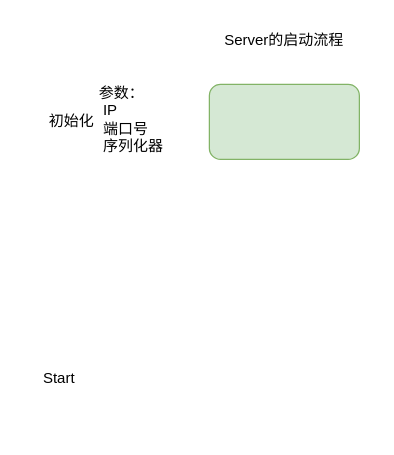
Before: page "Server的启动流程" (7 of 7) of RPC.drawio in HonyoLAN/telmy, a draw.io diagram. Source tidied: cells renumbered, new cells numbered last; positions are measured from the earlier drawing's top-left corner, leaving out a move shared by most shapes. Both pictures are drawn from the tidied source at 125%, with x=0, y=0 at pixel (21, 21).
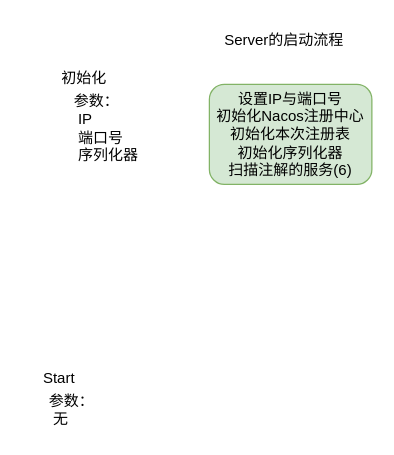
After the change.

Diff of the diagram source:
```diff
@@
 <mxGraphModel>
   <root>
     <mxCell id="0" />
     <mxCell id="1" parent="0" />
-    <mxCell id="2" style="rounded=1;whiteSpace=wrap;html=1;fillColor=#d5e8d4;strokeColor=#82b366;" parent="1" vertex="1">
-      <mxGeometry x="150" y="50" width="120" height="60" as="geometry" />
+    <mxCell id="2" value="设置IP与端口号&lt;br&gt;初始化Nacos注册中心&lt;br&gt;初始化本次注册表&lt;br&gt;初始化序列化器&lt;br&gt;扫描注解的服务(6)" style="rounded=1;whiteSpace=wrap;html=1;fillColor=#d5e8d4;strokeColor=#82b366;" parent="1" vertex="1">
+      <mxGeometry x="150" y="50" width="130" height="80" as="geometry" />
     </mxCell>
     <mxCell id="3" value="Server的启动流程" style="text;html=1;strokeColor=none;fillColor=none;align=center;verticalAlign=middle;whiteSpace=wrap;rounded=0;" parent="1" vertex="1">
       <mxGeometry x="150" width="120" height="30" as="geometry" />
     </mxCell>
     <mxCell id="4" value="初始化" style="text;html=1;strokeColor=none;fillColor=none;align=center;verticalAlign=middle;whiteSpace=wrap;rounded=0;" parent="1" vertex="1">
-      <mxGeometry x="10" y="65" width="60" height="30" as="geometry" />
+      <mxGeometry x="20" y="30" width="60" height="30" as="geometry" />
     </mxCell>
     <mxCell id="5" value="Start" style="text;html=1;strokeColor=none;fillColor=none;align=center;verticalAlign=middle;whiteSpace=wrap;rounded=0;" parent="1" vertex="1">
       <mxGeometry y="270" width="60" height="30" as="geometry" />
     </mxCell>
     <mxCell id="6" value="参数：&lt;br&gt;&lt;span style=&quot;white-space: pre;&quot;&gt; &lt;/span&gt;IP&lt;br&gt;&lt;span style=&quot;white-space: pre;&quot;&gt; &lt;/span&gt;端口号&lt;br&gt;&lt;span style=&quot;white-space: pre;&quot;&gt; &lt;/span&gt;序列化器" style="text;html=1;strokeColor=none;fillColor=none;align=left;verticalAlign=top;whiteSpace=wrap;rounded=0;" parent="1" vertex="1">
-      <mxGeometry x="60" y="42.5" width="80" height="75" as="geometry" />
+      <mxGeometry x="40" y="50" width="80" height="75" as="geometry" />
     </mxCell>
+    <mxCell id="7" value="参数：&lt;br&gt;&lt;span style=&quot;white-space: pre;&quot;&gt; &lt;/span&gt;无" style="text;html=1;strokeColor=none;fillColor=none;align=left;verticalAlign=top;whiteSpace=wrap;rounded=0;" parent="1" vertex="1">
+      <mxGeometry x="20" y="290" width="80" height="40" as="geometry" />
+    </mxCell>
   </root>
 </mxGraphModel>
```
